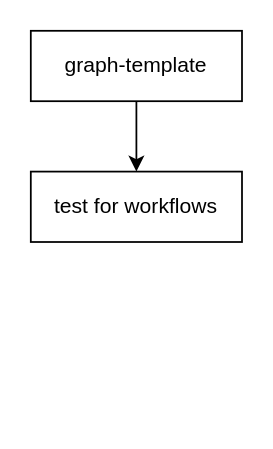
This is src/update.drawio from Nivmizz7/graph-template, a draw.io file, before an edit. Source tidied: cells renumbered, new cells numbered last; positions are measured from the earlier drawing's top-left corner, leaving out a move shared by most shapes. Both pictures are drawn from the tidied source at 176%, with x=0, y=0 at pixel (30, 30).
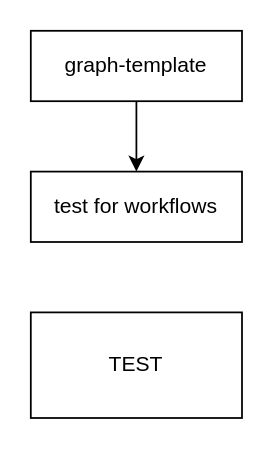
The same page after the edit.

Commit message:
Mettre à jour update.drawio

The edit, as a diff of the source:
```diff
@@
 <mxGraphModel>
   <root>
     <mxCell id="0" />
     <mxCell id="1" parent="0" />
     <mxCell id="2" value="graph-template" style="rounded=0;whiteSpace=wrap;html=1;" parent="1" vertex="1">
       <mxGeometry width="120" height="40" as="geometry" />
     </mxCell>
     <mxCell id="3" value="test for workflows" style="rounded=0;whiteSpace=wrap;html=1;" parent="1" vertex="1">
       <mxGeometry y="80" width="120" height="40" as="geometry" />
     </mxCell>
     <mxCell id="4" style="endArrow=classic;html=1;rounded=0;exitX=0.5;exitY=1;exitDx=0;exitDy=0;entryX=0.5;entryY=0;entryDx=0;entryDy=0;" parent="1" edge="1" source="2" target="3">
       <mxGeometry relative="1" as="geometry" />
     </mxCell>
+    <mxCell id="5" value="TEST" style="rounded=0;whiteSpace=wrap;html=1;" parent="1" vertex="1">
+      <mxGeometry y="160" width="120" height="60" as="geometry" />
+    </mxCell>
   </root>
 </mxGraphModel>
```
